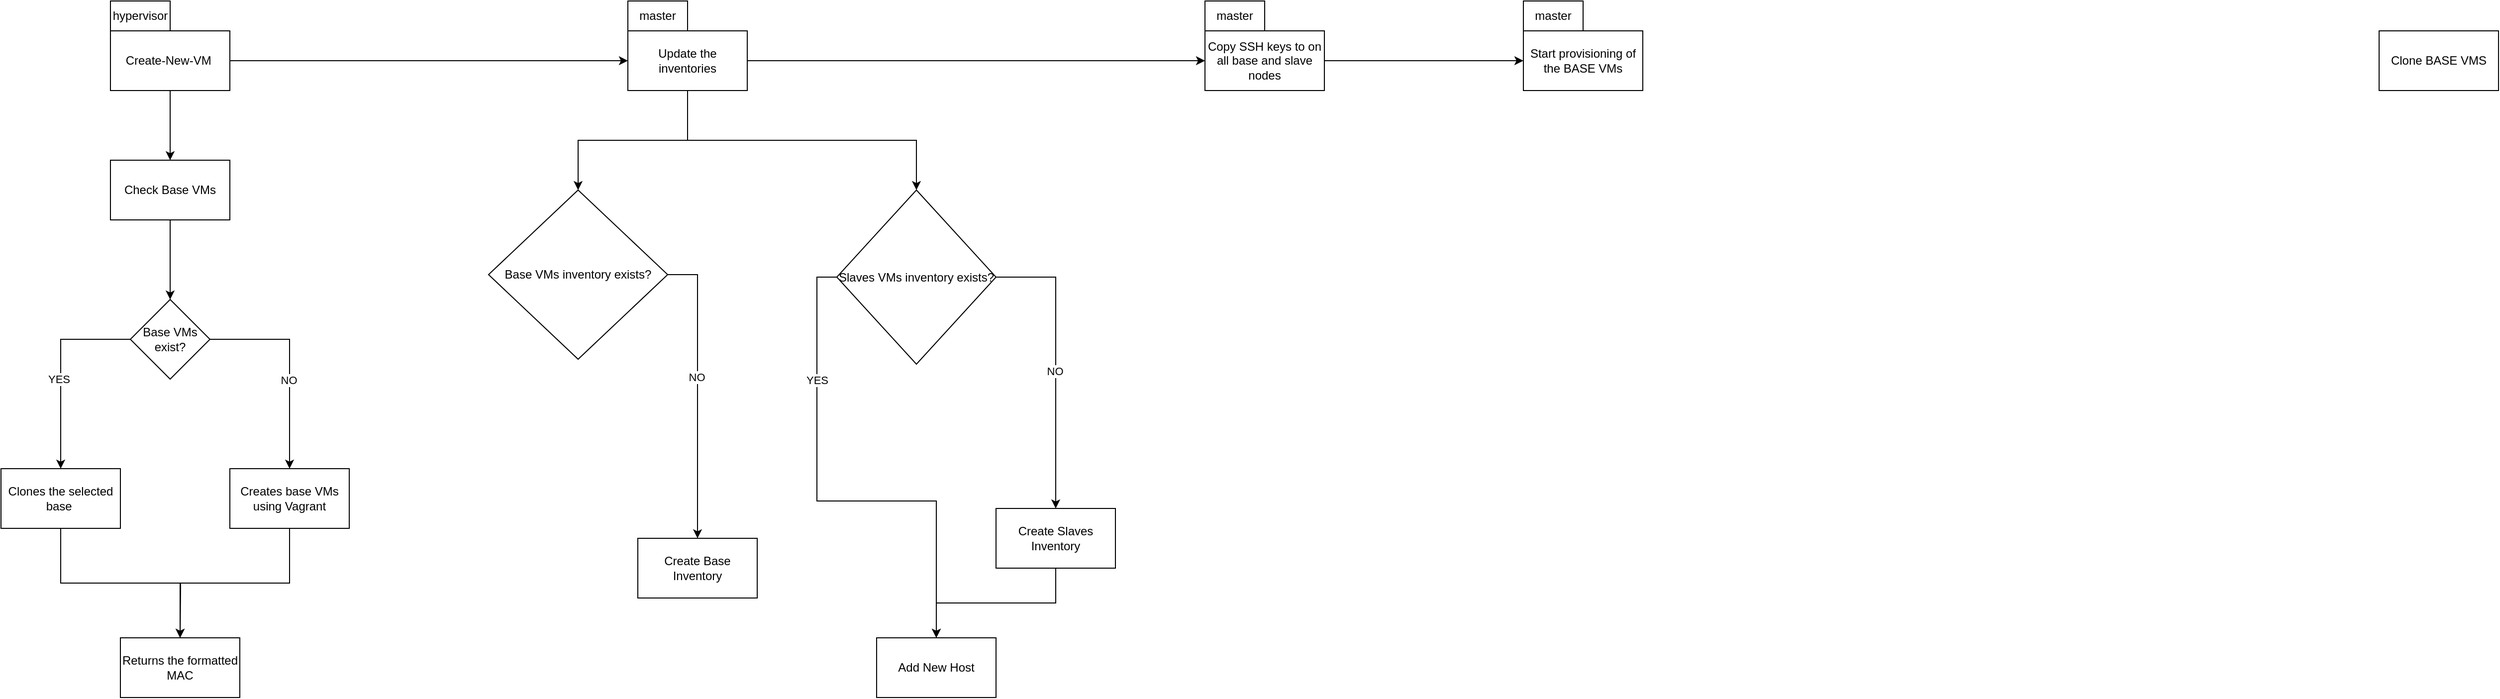
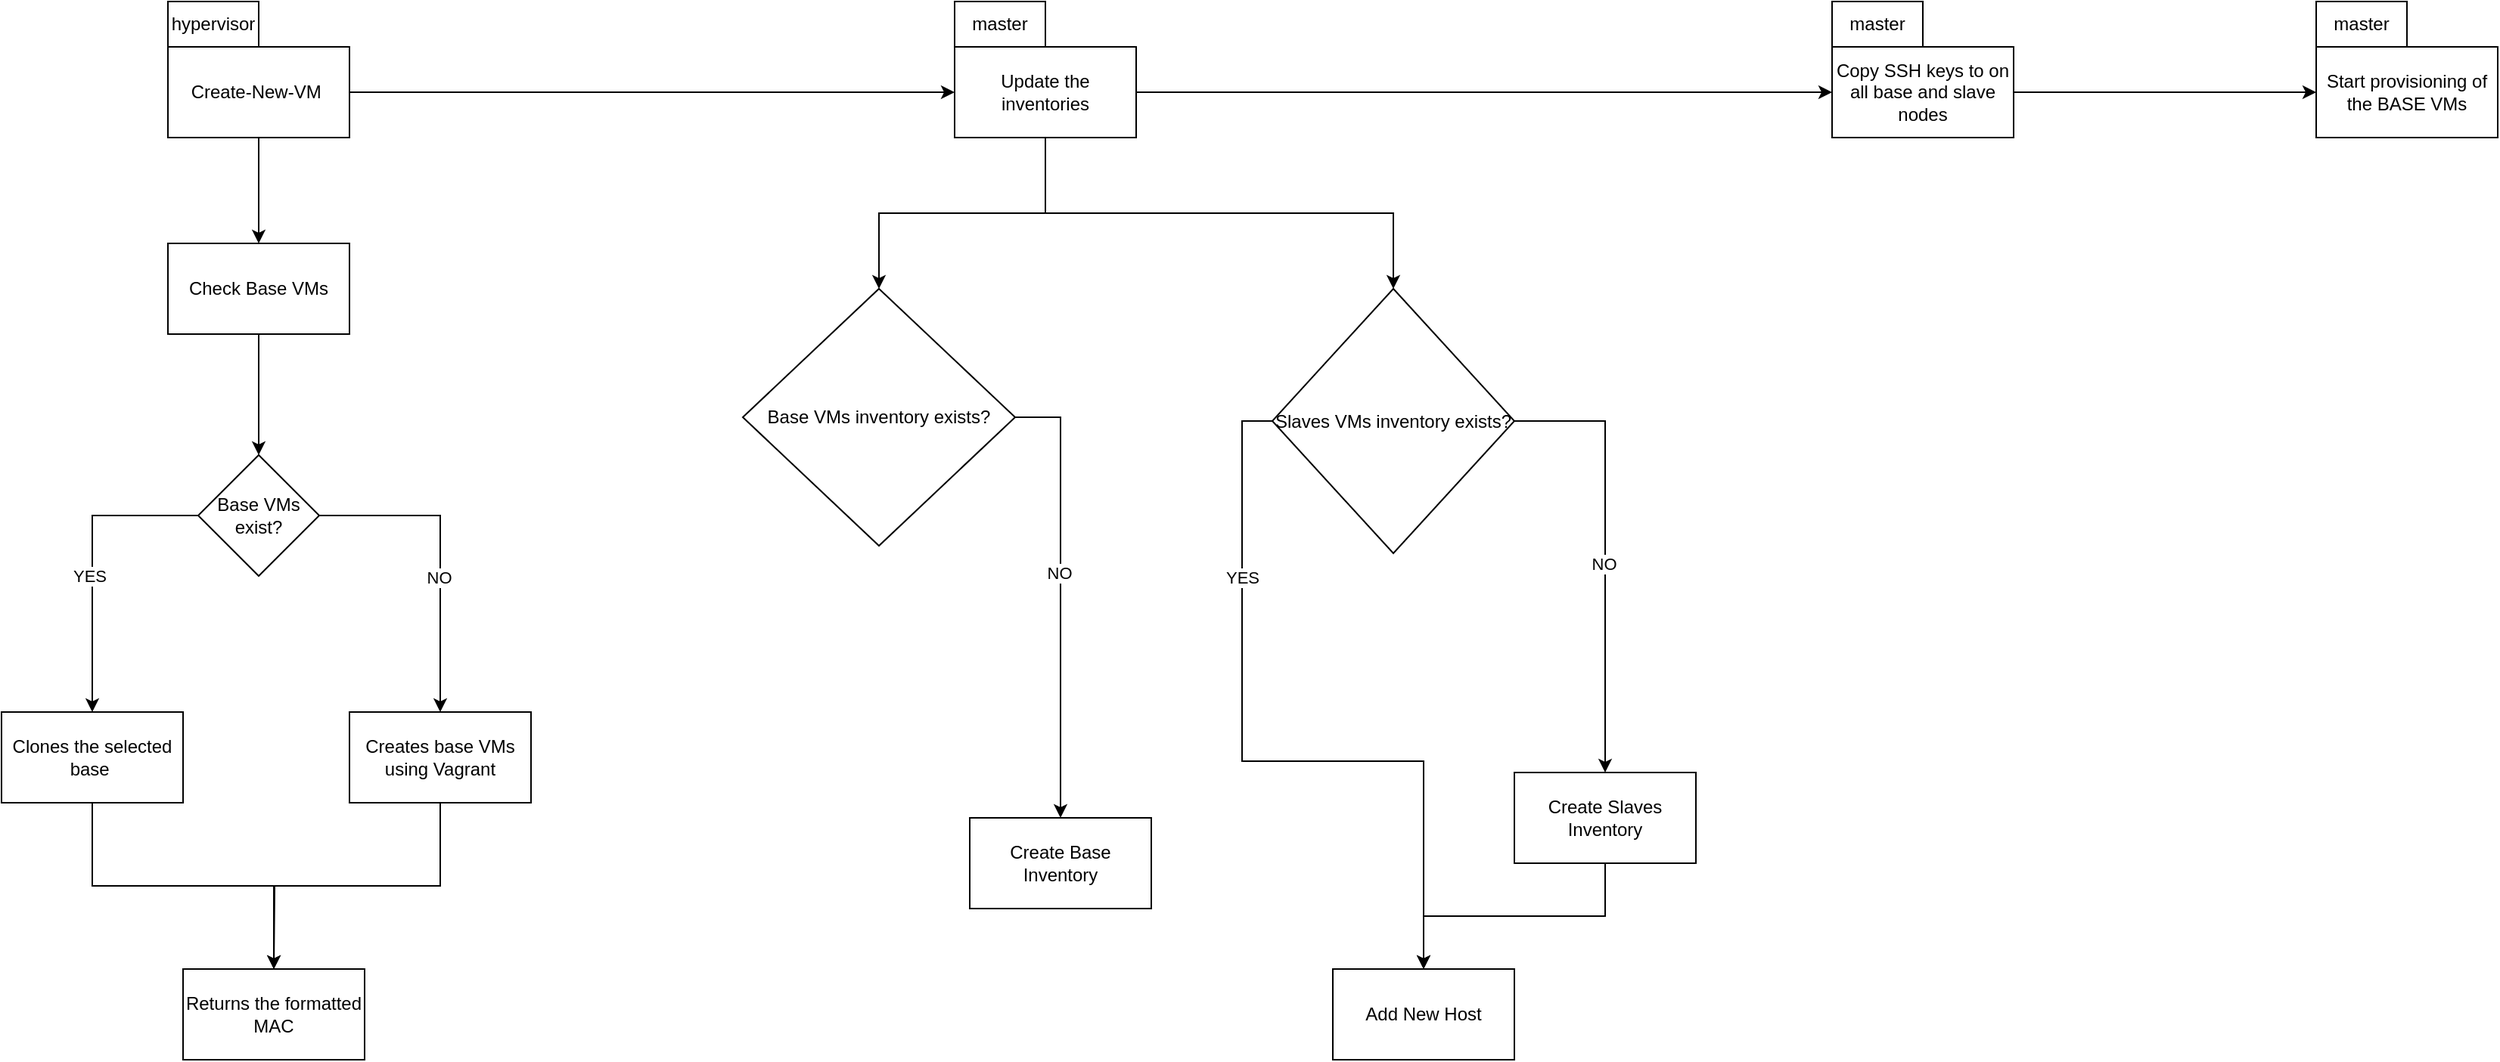
<mxfile host="app.diagrams.net">
  <diagram name="Page-1" id="q3FWDZwTTtGMYWxMdJIb">
-     <mxGraphModel dx="1201" dy="764" grid="1" gridSize="10" guides="1" tooltips="1" connect="1" arrows="1" fold="1" page="1" pageScale="1" pageWidth="827" pageHeight="1169" math="0" shadow="0">
+     <mxGraphModel dx="1488" dy="818" grid="1" gridSize="10" guides="1" tooltips="1" connect="1" arrows="1" fold="1" page="1" pageScale="1" pageWidth="827" pageHeight="1169" math="0" shadow="0">
      <root>
        <mxCell id="0" />
        <mxCell id="1" parent="0" />
        <mxCell id="TZtHWPE-Zhyq9nkOFlbp-20" edge="1" parent="1" source="TZtHWPE-Zhyq9nkOFlbp-1" style="edgeStyle=orthogonalEdgeStyle;rounded=0;orthogonalLoop=1;jettySize=auto;html=1;exitX=0.5;exitY=1;exitDx=0;exitDy=0;entryX=0.5;entryY=0;entryDx=0;entryDy=0;" target="TZtHWPE-Zhyq9nkOFlbp-3">
          <mxGeometry relative="1" as="geometry" />
        </mxCell>
-         <mxCell id="TZtHWPE-Zhyq9nkOFlbp-1" parent="1" style="rounded=0;whiteSpace=wrap;html=1;" value="Create-New-VM&amp;nbsp;" vertex="1">
+         <mxCell id="TZtHWPE-Zhyq9nkOFlbp-1" parent="1" style="rounded=0;whiteSpace=wrap;html=1;strokeColor=light-dark(#000000,#FFFF00);" value="Create-New-VM&amp;nbsp;" vertex="1">
          <mxGeometry height="60" width="120" x="250" y="30" as="geometry" />
        </mxCell>
-         <mxCell id="TZtHWPE-Zhyq9nkOFlbp-2" parent="1" style="text;html=1;whiteSpace=wrap;strokeColor=default;fillColor=none;align=center;verticalAlign=middle;rounded=0;" value="hypervisor" vertex="1">
+         <mxCell id="TZtHWPE-Zhyq9nkOFlbp-2" parent="1" style="text;html=1;whiteSpace=wrap;strokeColor=light-dark(#000000,#FFFF00);fillColor=none;align=center;verticalAlign=middle;rounded=0;" value="hypervisor" vertex="1">
          <mxGeometry height="30" width="60" x="250" as="geometry" />
        </mxCell>
        <mxCell id="TZtHWPE-Zhyq9nkOFlbp-7" edge="1" parent="1" source="TZtHWPE-Zhyq9nkOFlbp-3" style="edgeStyle=orthogonalEdgeStyle;rounded=0;orthogonalLoop=1;jettySize=auto;html=1;exitX=0.5;exitY=1;exitDx=0;exitDy=0;" target="TZtHWPE-Zhyq9nkOFlbp-6">
          <mxGeometry relative="1" as="geometry" />
        </mxCell>
-         <mxCell id="TZtHWPE-Zhyq9nkOFlbp-3" parent="1" style="rounded=0;whiteSpace=wrap;html=1;" value="Check Base VMs" vertex="1">
+         <mxCell id="TZtHWPE-Zhyq9nkOFlbp-3" parent="1" style="rounded=0;whiteSpace=wrap;html=1;strokeColor=light-dark(#000000,#FFFF00);" value="Check Base VMs" vertex="1">
          <mxGeometry height="60" width="120" x="250" y="160" as="geometry" />
        </mxCell>
        <mxCell id="TZtHWPE-Zhyq9nkOFlbp-10" edge="1" parent="1" source="TZtHWPE-Zhyq9nkOFlbp-6" style="edgeStyle=orthogonalEdgeStyle;rounded=0;orthogonalLoop=1;jettySize=auto;html=1;exitX=0;exitY=0.5;exitDx=0;exitDy=0;entryX=0.5;entryY=0;entryDx=0;entryDy=0;" target="TZtHWPE-Zhyq9nkOFlbp-8">
          <mxGeometry relative="1" as="geometry" />
        </mxCell>
        <mxCell id="TZtHWPE-Zhyq9nkOFlbp-12" connectable="0" parent="TZtHWPE-Zhyq9nkOFlbp-10" style="edgeLabel;html=1;align=center;verticalAlign=middle;resizable=0;points=[];" value="YES" vertex="1">
          <mxGeometry relative="1" x="0.1016" y="-2" as="geometry">
            <mxPoint as="offset" />
          </mxGeometry>
        </mxCell>
        <mxCell id="TZtHWPE-Zhyq9nkOFlbp-11" edge="1" parent="1" source="TZtHWPE-Zhyq9nkOFlbp-6" style="edgeStyle=orthogonalEdgeStyle;rounded=0;orthogonalLoop=1;jettySize=auto;html=1;exitX=1;exitY=0.5;exitDx=0;exitDy=0;entryX=0.5;entryY=0;entryDx=0;entryDy=0;" target="TZtHWPE-Zhyq9nkOFlbp-9">
          <mxGeometry relative="1" as="geometry" />
        </mxCell>
        <mxCell id="TZtHWPE-Zhyq9nkOFlbp-13" connectable="0" parent="TZtHWPE-Zhyq9nkOFlbp-11" style="edgeLabel;html=1;align=center;verticalAlign=middle;resizable=0;points=[];" value="NO" vertex="1">
          <mxGeometry relative="1" x="0.1492" y="-1" as="geometry">
            <mxPoint as="offset" />
          </mxGeometry>
        </mxCell>
-         <mxCell id="TZtHWPE-Zhyq9nkOFlbp-6" parent="1" style="rhombus;whiteSpace=wrap;html=1;" value="Base VMs exist?" vertex="1">
+         <mxCell id="TZtHWPE-Zhyq9nkOFlbp-6" parent="1" style="rhombus;whiteSpace=wrap;html=1;strokeColor=light-dark(#000000,#FFFF00);" value="Base VMs exist?" vertex="1">
          <mxGeometry height="80" width="80" x="270" y="300" as="geometry" />
        </mxCell>
        <mxCell id="TZtHWPE-Zhyq9nkOFlbp-17" edge="1" parent="1" source="TZtHWPE-Zhyq9nkOFlbp-8" style="edgeStyle=orthogonalEdgeStyle;rounded=0;orthogonalLoop=1;jettySize=auto;html=1;exitX=0.5;exitY=1;exitDx=0;exitDy=0;" target="TZtHWPE-Zhyq9nkOFlbp-16">
          <mxGeometry relative="1" as="geometry" />
        </mxCell>
-         <mxCell id="TZtHWPE-Zhyq9nkOFlbp-8" parent="1" style="rounded=0;whiteSpace=wrap;html=1;" value="Clones the selected base&amp;nbsp;" vertex="1">
+         <mxCell id="TZtHWPE-Zhyq9nkOFlbp-8" parent="1" style="rounded=0;whiteSpace=wrap;html=1;strokeColor=light-dark(#000000,#FFFF00);" value="Clones the selected base&amp;nbsp;" vertex="1">
          <mxGeometry height="60" width="120" x="140" y="470" as="geometry" />
        </mxCell>
        <mxCell id="TZtHWPE-Zhyq9nkOFlbp-18" edge="1" parent="1" source="TZtHWPE-Zhyq9nkOFlbp-9" style="edgeStyle=orthogonalEdgeStyle;rounded=0;orthogonalLoop=1;jettySize=auto;html=1;exitX=0.5;exitY=1;exitDx=0;exitDy=0;">
          <mxGeometry relative="1" as="geometry">
            <mxPoint x="320" y="640" as="targetPoint" />
          </mxGeometry>
        </mxCell>
-         <mxCell id="TZtHWPE-Zhyq9nkOFlbp-9" parent="1" style="rounded=0;whiteSpace=wrap;html=1;" value="Creates base VMs using Vagrant" vertex="1">
+         <mxCell id="TZtHWPE-Zhyq9nkOFlbp-9" parent="1" style="rounded=0;whiteSpace=wrap;html=1;strokeColor=light-dark(#000000,#FFFF00);" value="Creates base VMs using Vagrant" vertex="1">
          <mxGeometry height="60" width="120" x="370" y="470" as="geometry" />
        </mxCell>
-         <mxCell id="TZtHWPE-Zhyq9nkOFlbp-16" parent="1" style="rounded=0;whiteSpace=wrap;html=1;" value="Returns the formatted MAC" vertex="1">
+         <mxCell id="TZtHWPE-Zhyq9nkOFlbp-16" parent="1" style="rounded=0;whiteSpace=wrap;html=1;strokeColor=light-dark(#000000,#FFFF00);" value="Returns the formatted MAC" vertex="1">
          <mxGeometry height="60" width="120" x="260" y="640" as="geometry" />
        </mxCell>
        <mxCell id="TZtHWPE-Zhyq9nkOFlbp-24" edge="1" parent="1" source="TZtHWPE-Zhyq9nkOFlbp-19" style="edgeStyle=orthogonalEdgeStyle;rounded=0;orthogonalLoop=1;jettySize=auto;html=1;exitX=0.5;exitY=1;exitDx=0;exitDy=0;entryX=0.5;entryY=0;entryDx=0;entryDy=0;" target="TZtHWPE-Zhyq9nkOFlbp-26">
          <mxGeometry relative="1" as="geometry">
            <Array as="points">
              <mxPoint x="830" y="140" />
              <mxPoint x="720" y="140" />
            </Array>
            <mxPoint x="720" y="150" as="targetPoint" />
          </mxGeometry>
        </mxCell>
        <mxCell id="TZtHWPE-Zhyq9nkOFlbp-25" edge="1" parent="1" source="TZtHWPE-Zhyq9nkOFlbp-19" style="edgeStyle=orthogonalEdgeStyle;rounded=0;orthogonalLoop=1;jettySize=auto;html=1;exitX=0.5;exitY=1;exitDx=0;exitDy=0;entryX=0.5;entryY=0;entryDx=0;entryDy=0;" target="TZtHWPE-Zhyq9nkOFlbp-27">
          <mxGeometry relative="1" as="geometry">
            <mxPoint x="1010" y="160" as="targetPoint" />
          </mxGeometry>
        </mxCell>
        <mxCell id="TZtHWPE-Zhyq9nkOFlbp-19" parent="1" style="rounded=0;whiteSpace=wrap;html=1;" value="Update the inventories" vertex="1">
          <mxGeometry height="60" width="120" x="770" y="30" as="geometry" />
        </mxCell>
        <mxCell id="TZtHWPE-Zhyq9nkOFlbp-21" edge="1" parent="1" source="TZtHWPE-Zhyq9nkOFlbp-1" style="endArrow=classic;html=1;rounded=0;exitX=1;exitY=0.5;exitDx=0;exitDy=0;entryX=0;entryY=0.5;entryDx=0;entryDy=0;" target="TZtHWPE-Zhyq9nkOFlbp-19" value="">
          <mxGeometry height="50" relative="1" width="50" as="geometry">
            <mxPoint x="490" y="59.5" as="sourcePoint" />
            <mxPoint x="570" y="59.5" as="targetPoint" />
          </mxGeometry>
        </mxCell>
        <mxCell id="TZtHWPE-Zhyq9nkOFlbp-28" edge="1" parent="1" source="TZtHWPE-Zhyq9nkOFlbp-26" style="edgeStyle=orthogonalEdgeStyle;rounded=0;orthogonalLoop=1;jettySize=auto;html=1;exitX=1;exitY=0.5;exitDx=0;exitDy=0;" target="TZtHWPE-Zhyq9nkOFlbp-39">
          <mxGeometry relative="1" as="geometry">
            <mxPoint x="830" y="460" as="targetPoint" />
          </mxGeometry>
        </mxCell>
        <mxCell id="TZtHWPE-Zhyq9nkOFlbp-33" connectable="0" parent="TZtHWPE-Zhyq9nkOFlbp-28" style="edgeLabel;html=1;align=center;verticalAlign=middle;resizable=0;points=[];" value="NO" vertex="1">
          <mxGeometry relative="1" x="-0.1027" y="-1" as="geometry">
            <mxPoint as="offset" />
          </mxGeometry>
        </mxCell>
        <mxCell id="TZtHWPE-Zhyq9nkOFlbp-26" parent="1" style="rhombus;whiteSpace=wrap;html=1;" value="Base VMs inventory exists?" vertex="1">
          <mxGeometry height="170" width="180" x="630" y="190" as="geometry" />
        </mxCell>
        <mxCell id="TZtHWPE-Zhyq9nkOFlbp-30" edge="1" parent="1" source="TZtHWPE-Zhyq9nkOFlbp-27" style="edgeStyle=orthogonalEdgeStyle;rounded=0;orthogonalLoop=1;jettySize=auto;html=1;exitX=0;exitY=0.5;exitDx=0;exitDy=0;entryX=0.5;entryY=0;entryDx=0;entryDy=0;" target="TZtHWPE-Zhyq9nkOFlbp-37">
          <mxGeometry relative="1" as="geometry">
            <mxPoint x="940" y="450" as="targetPoint" />
          </mxGeometry>
        </mxCell>
        <mxCell id="TZtHWPE-Zhyq9nkOFlbp-34" connectable="0" parent="TZtHWPE-Zhyq9nkOFlbp-30" style="edgeLabel;html=1;align=center;verticalAlign=middle;resizable=0;points=[];" value="YES" vertex="1">
          <mxGeometry relative="1" x="0.0652" y="3" as="geometry">
            <mxPoint x="-23" y="-119" as="offset" />
          </mxGeometry>
        </mxCell>
        <mxCell id="TZtHWPE-Zhyq9nkOFlbp-31" edge="1" parent="1" source="TZtHWPE-Zhyq9nkOFlbp-27" style="edgeStyle=orthogonalEdgeStyle;rounded=0;orthogonalLoop=1;jettySize=auto;html=1;exitX=1;exitY=0.5;exitDx=0;exitDy=0;entryX=0.5;entryY=0;entryDx=0;entryDy=0;" target="TZtHWPE-Zhyq9nkOFlbp-36">
          <mxGeometry relative="1" as="geometry">
            <mxPoint x="1200" y="480" as="targetPoint" />
          </mxGeometry>
        </mxCell>
        <mxCell id="TZtHWPE-Zhyq9nkOFlbp-35" connectable="0" parent="TZtHWPE-Zhyq9nkOFlbp-31" style="edgeLabel;html=1;align=center;verticalAlign=middle;resizable=0;points=[];" value="NO" vertex="1">
          <mxGeometry relative="1" x="0.0476" y="-1" as="geometry">
            <mxPoint y="1" as="offset" />
          </mxGeometry>
        </mxCell>
        <mxCell id="TZtHWPE-Zhyq9nkOFlbp-27" parent="1" style="rhombus;whiteSpace=wrap;html=1;" value="Slaves VMs inventory exists?" vertex="1">
          <mxGeometry height="175" width="160" x="980" y="190" as="geometry" />
        </mxCell>
        <mxCell id="TZtHWPE-Zhyq9nkOFlbp-38" edge="1" parent="1" source="TZtHWPE-Zhyq9nkOFlbp-36" style="edgeStyle=orthogonalEdgeStyle;rounded=0;orthogonalLoop=1;jettySize=auto;html=1;exitX=0.5;exitY=1;exitDx=0;exitDy=0;entryX=0.5;entryY=0;entryDx=0;entryDy=0;" target="TZtHWPE-Zhyq9nkOFlbp-37">
          <mxGeometry relative="1" as="geometry" />
        </mxCell>
        <mxCell id="TZtHWPE-Zhyq9nkOFlbp-36" parent="1" style="rounded=0;whiteSpace=wrap;html=1;" value="Create Slaves Inventory" vertex="1">
          <mxGeometry height="60" width="120" x="1140" y="510" as="geometry" />
        </mxCell>
        <mxCell id="TZtHWPE-Zhyq9nkOFlbp-37" parent="1" style="rounded=0;whiteSpace=wrap;html=1;" value="Add New Host" vertex="1">
          <mxGeometry height="60" width="120" x="1020" y="640" as="geometry" />
        </mxCell>
        <mxCell id="TZtHWPE-Zhyq9nkOFlbp-39" parent="1" style="rounded=0;whiteSpace=wrap;html=1;" value="Create Base Inventory" vertex="1">
          <mxGeometry height="60" width="120" x="780" y="540" as="geometry" />
        </mxCell>
        <mxCell id="TZtHWPE-Zhyq9nkOFlbp-41" edge="1" parent="1" source="TZtHWPE-Zhyq9nkOFlbp-19" style="endArrow=classic;html=1;rounded=0;exitX=1;exitY=0.5;exitDx=0;exitDy=0;entryX=0;entryY=0.5;entryDx=0;entryDy=0;" target="TZtHWPE-Zhyq9nkOFlbp-42" value="">
          <mxGeometry height="50" relative="1" width="50" as="geometry">
            <mxPoint x="1060" y="59.5" as="sourcePoint" />
            <mxPoint x="1140" y="60" as="targetPoint" />
          </mxGeometry>
        </mxCell>
        <mxCell id="TZtHWPE-Zhyq9nkOFlbp-48" edge="1" parent="1" source="TZtHWPE-Zhyq9nkOFlbp-42" style="edgeStyle=orthogonalEdgeStyle;rounded=0;orthogonalLoop=1;jettySize=auto;html=1;exitX=1;exitY=0.5;exitDx=0;exitDy=0;entryX=0;entryY=0.5;entryDx=0;entryDy=0;" target="TZtHWPE-Zhyq9nkOFlbp-45">
          <mxGeometry relative="1" as="geometry" />
        </mxCell>
        <mxCell id="TZtHWPE-Zhyq9nkOFlbp-42" parent="1" style="rounded=0;whiteSpace=wrap;html=1;" value="Copy SSH keys to on all base and slave nodes" vertex="1">
          <mxGeometry height="60" width="120" x="1350" y="30" as="geometry" />
        </mxCell>
        <mxCell id="TZtHWPE-Zhyq9nkOFlbp-43" parent="1" style="text;html=1;whiteSpace=wrap;strokeColor=default;fillColor=none;align=center;verticalAlign=middle;rounded=0;" value="master" vertex="1">
          <mxGeometry height="30" width="60" x="770" as="geometry" />
        </mxCell>
        <mxCell id="TZtHWPE-Zhyq9nkOFlbp-44" parent="1" style="text;html=1;whiteSpace=wrap;strokeColor=default;fillColor=none;align=center;verticalAlign=middle;rounded=0;" value="master" vertex="1">
          <mxGeometry height="30" width="60" x="1350" as="geometry" />
        </mxCell>
        <mxCell id="TZtHWPE-Zhyq9nkOFlbp-45" parent="1" style="rounded=0;whiteSpace=wrap;html=1;" value="Start provisioning of the BASE VMs" vertex="1">
          <mxGeometry height="60" width="120" x="1670" y="30" as="geometry" />
        </mxCell>
        <mxCell id="TZtHWPE-Zhyq9nkOFlbp-46" parent="1" style="text;html=1;whiteSpace=wrap;strokeColor=default;fillColor=none;align=center;verticalAlign=middle;rounded=0;" value="master" vertex="1">
          <mxGeometry height="30" width="60" x="1670" as="geometry" />
        </mxCell>
-         <mxCell id="TZtHWPE-Zhyq9nkOFlbp-47" parent="1" style="rounded=0;whiteSpace=wrap;html=1;" value="Clone BASE VMS" vertex="1">
-           <mxGeometry height="60" width="120" x="2530" y="30" as="geometry" />
-         </mxCell>
      </root>
    </mxGraphModel>
  </diagram>
</mxfile>
